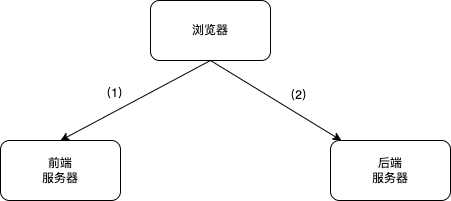
Before: frontend.drawio.png, a diagram exported from draw.io (matter-labs/l2-intro-pre-ethdenver). Source tidied: cells renumbered, new cells last; positions are measured from the earlier drawing's top-left corner, leaving out a move shared by most shapes. The source it was exported from:
```xml
<mxGraphModel>
  <root>
    <mxCell id="0" />
    <mxCell id="1" parent="0" />
    <mxCell id="2" value="（1）" style="rounded=0;jettySize=auto;html=1;exitX=0.5;exitY=1;exitDx=0;exitDy=0;entryX=0.5;entryY=0;entryDx=0;entryDy=0;labelBackgroundColor=none;fontColor=default;" parent="1" edge="1" source="5" target="6">
      <mxGeometry x="0.17" y="-16" relative="1" as="geometry" />
    </mxCell>
    <mxCell id="3" style="rounded=0;jettySize=auto;html=1;exitX=0.5;exitY=1;exitDx=0;exitDy=0;labelBackgroundColor=none;fontColor=default;" parent="1" edge="1" source="5" target="7">
      <mxGeometry relative="1" as="geometry" />
    </mxCell>
    <mxCell id="4" value="（2）" style="edgeLabel;html=1;align=center;verticalAlign=middle;labelBackgroundColor=none;" parent="3" vertex="1">
      <mxGeometry x="-0.13" relative="1" as="geometry">
        <mxPoint x="31" as="offset" />
      </mxGeometry>
    </mxCell>
    <mxCell id="5" value="浏览器" style="rounded=1;whiteSpace=wrap;html=1;labelBackgroundColor=none;" parent="1" vertex="1">
      <mxGeometry x="150" width="120" height="60" as="geometry" />
    </mxCell>
    <mxCell id="6" value="前端&lt;br&gt;服务器" style="rounded=1;whiteSpace=wrap;html=1;labelBackgroundColor=none;" parent="1" vertex="1">
      <mxGeometry y="140" width="120" height="60" as="geometry" />
    </mxCell>
    <mxCell id="7" value="后端&lt;br&gt;服务器" style="rounded=1;whiteSpace=wrap;html=1;labelBackgroundColor=none;" parent="1" vertex="1">
      <mxGeometry x="330" y="140" width="120" height="60" as="geometry" />
    </mxCell>
  </root>
</mxGraphModel>
```
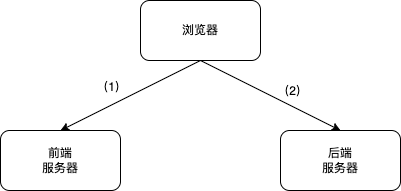
Above is the later version.

Change to the diagram source:
```diff
@@ -5,7 +5,7 @@
     <mxCell id="2" value="（1）" style="rounded=0;jettySize=auto;html=1;exitX=0.5;exitY=1;exitDx=0;exitDy=0;entryX=0.5;entryY=0;entryDx=0;entryDy=0;labelBackgroundColor=none;fontColor=default;" parent="1" edge="1" source="5" target="6">
       <mxGeometry x="0.17" y="-16" relative="1" as="geometry" />
     </mxCell>
-    <mxCell id="3" style="rounded=0;jettySize=auto;html=1;exitX=0.5;exitY=1;exitDx=0;exitDy=0;labelBackgroundColor=none;fontColor=default;" parent="1" edge="1" source="5" target="7">
+    <mxCell id="3" style="rounded=0;jettySize=auto;html=1;exitX=0.5;exitY=1;exitDx=0;exitDy=0;labelBackgroundColor=none;fontColor=default;entryX=0.5;entryY=0;entryDx=0;entryDy=0;" parent="1" edge="1" source="5" target="7">
       <mxGeometry relative="1" as="geometry" />
     </mxCell>
     <mxCell id="4" value="（2）" style="edgeLabel;html=1;align=center;verticalAlign=middle;labelBackgroundColor=none;" parent="3" vertex="1">
@@ -17,10 +17,10 @@
       <mxGeometry x="150" width="120" height="60" as="geometry" />
     </mxCell>
     <mxCell id="6" value="前端&lt;br&gt;服务器" style="rounded=1;whiteSpace=wrap;html=1;labelBackgroundColor=none;" parent="1" vertex="1">
-      <mxGeometry y="140" width="120" height="60" as="geometry" />
+      <mxGeometry x="10" y="130" width="120" height="60" as="geometry" />
     </mxCell>
     <mxCell id="7" value="后端&lt;br&gt;服务器" style="rounded=1;whiteSpace=wrap;html=1;labelBackgroundColor=none;" parent="1" vertex="1">
-      <mxGeometry x="330" y="140" width="120" height="60" as="geometry" />
+      <mxGeometry x="290" y="130" width="120" height="60" as="geometry" />
     </mxCell>
   </root>
 </mxGraphModel>
```
